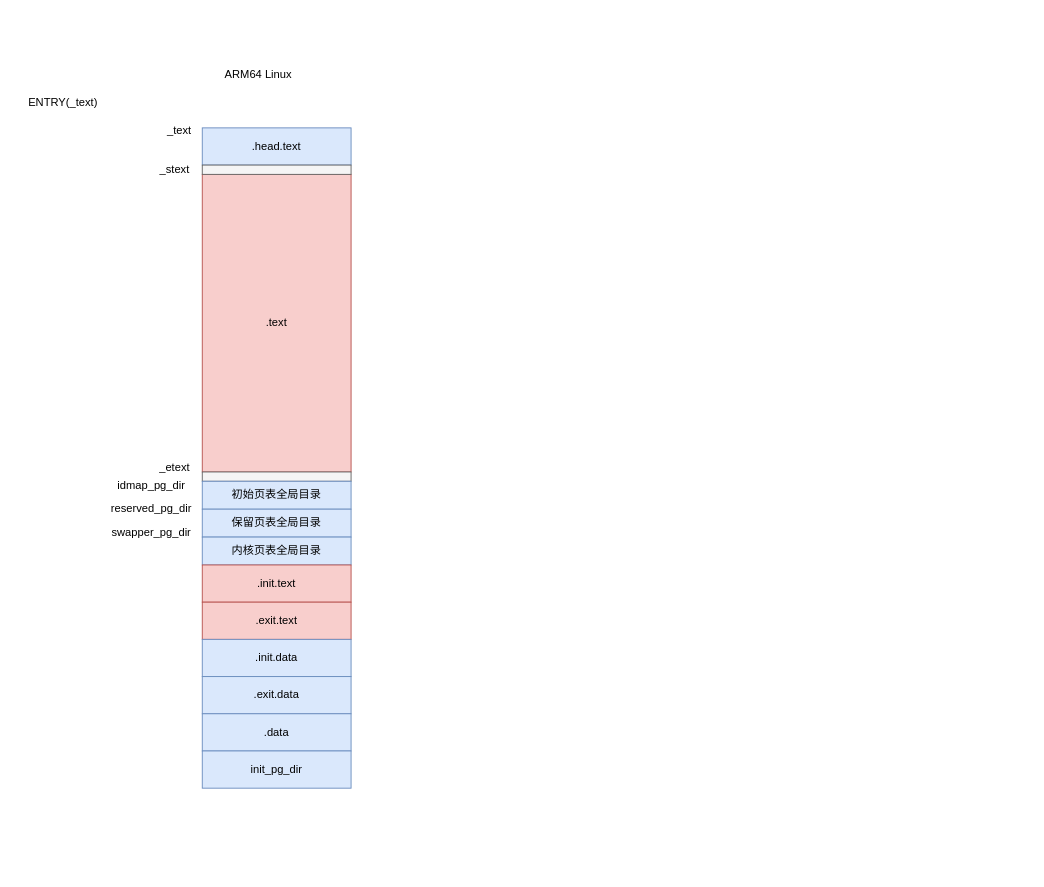
The draw.io diagram linux/linux_boot.drawio in Aspiresky/draw.io, before the edit. Source tidied: cells renumbered, new cells numbered last; positions are measured from the earlier drawing's top-left corner, leaving out a move shared by most shapes. Both pictures are drawn from the tidied source at 93%, with x=0, y=0 at pixel (16, 60).
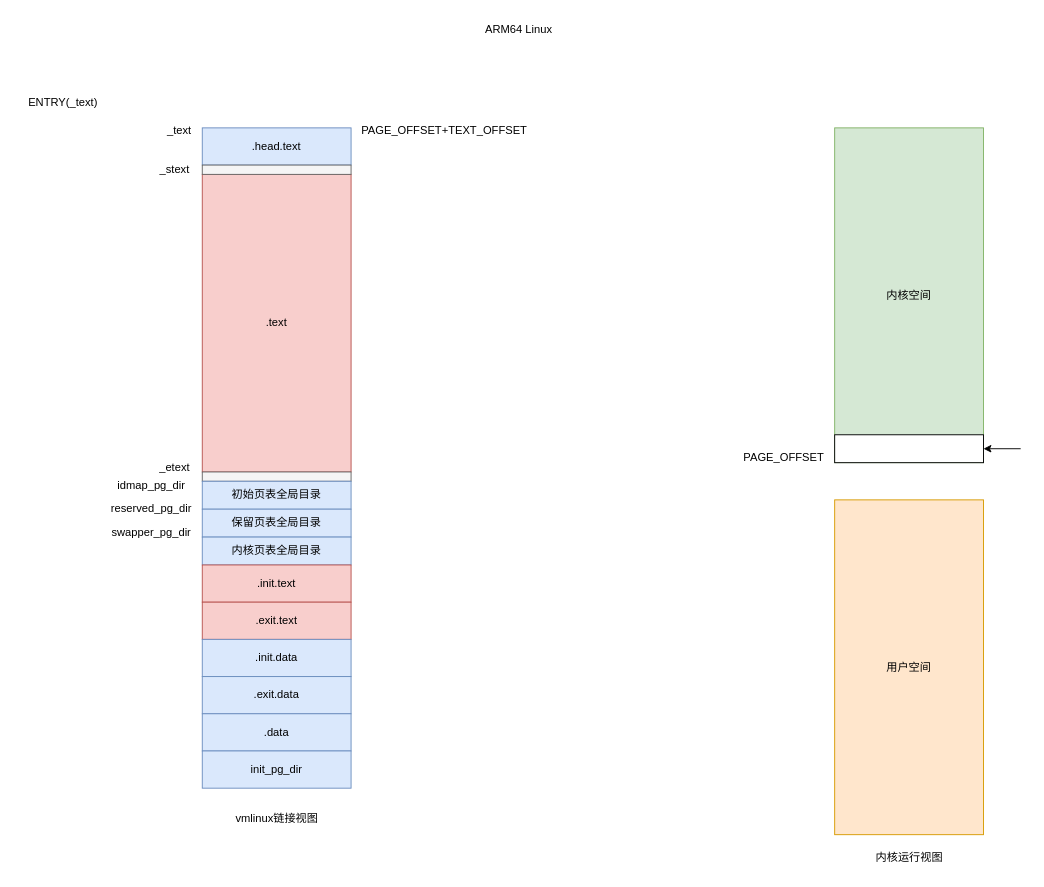
Above is the later version.

Change to the diagram source:
```diff
@@
     <mxCell id="16" value="ARM64 Linux" style="text;html=1;align=center;verticalAlign=middle;strokeColor=none;fillColor=none;" parent="1" vertex="1">
-      <mxGeometry x="210" width="100" height="30" as="geometry" />
+      <mxGeometry x="490" y="-48" width="100" height="30" as="geometry" />
     </mxCell>
@@
+    <mxCell id="23" value="内核空间" style="rounded=0;whiteSpace=wrap;html=1;fillColor=#d5e8d4;strokeColor=#82b366;" parent="1" vertex="1">
+      <mxGeometry x="880" y="72" width="160" height="360" as="geometry" />
+    </mxCell>
+    <mxCell id="24" value="用户空间" style="rounded=0;whiteSpace=wrap;html=1;fillColor=#ffe6cc;strokeColor=#d79b00;" parent="1" vertex="1">
+      <mxGeometry x="880" y="472" width="160" height="360" as="geometry" />
+    </mxCell>
+    <mxCell id="25" value="PAGE_OFFSET" style="text;html=1;align=center;verticalAlign=middle;strokeColor=none;fillColor=none;" parent="1" vertex="1">
+      <mxGeometry x="770" y="412" width="110" height="30" as="geometry" />
+    </mxCell>
+    <mxCell id="26" value="vmlinux链接视图" style="text;html=1;align=center;verticalAlign=middle;strokeColor=none;fillColor=none;" parent="1" vertex="1">
+      <mxGeometry x="225" y="800" width="110" height="30" as="geometry" />
+    </mxCell>
+    <mxCell id="27" value="内核运行视图" style="text;html=1;align=center;verticalAlign=middle;strokeColor=none;fillColor=none;" parent="1" vertex="1">
+      <mxGeometry x="910" y="842" width="100" height="30" as="geometry" />
+    </mxCell>
+    <mxCell id="28" style="rounded=0;whiteSpace=wrap;html=1;" parent="1" vertex="1">
+      <mxGeometry x="880" y="402" width="160" height="30" as="geometry" />
+    </mxCell>
+    <mxCell id="29" style="endArrow=classic;html=1;rounded=0;entryX=1;entryY=0.5;entryDx=0;entryDy=0;" parent="1" edge="1" target="28">
+      <mxGeometry relative="1" as="geometry">
+        <mxPoint x="1080" y="417" as="sourcePoint" />
+      </mxGeometry>
+    </mxCell>
+    <mxCell id="30" value="PAGE_OFFSET+TEXT_OFFSET" style="text;html=1;align=center;verticalAlign=middle;strokeColor=none;fillColor=none;" parent="1" vertex="1">
+      <mxGeometry x="360" y="60" width="200" height="30" as="geometry" />
+    </mxCell>
```
